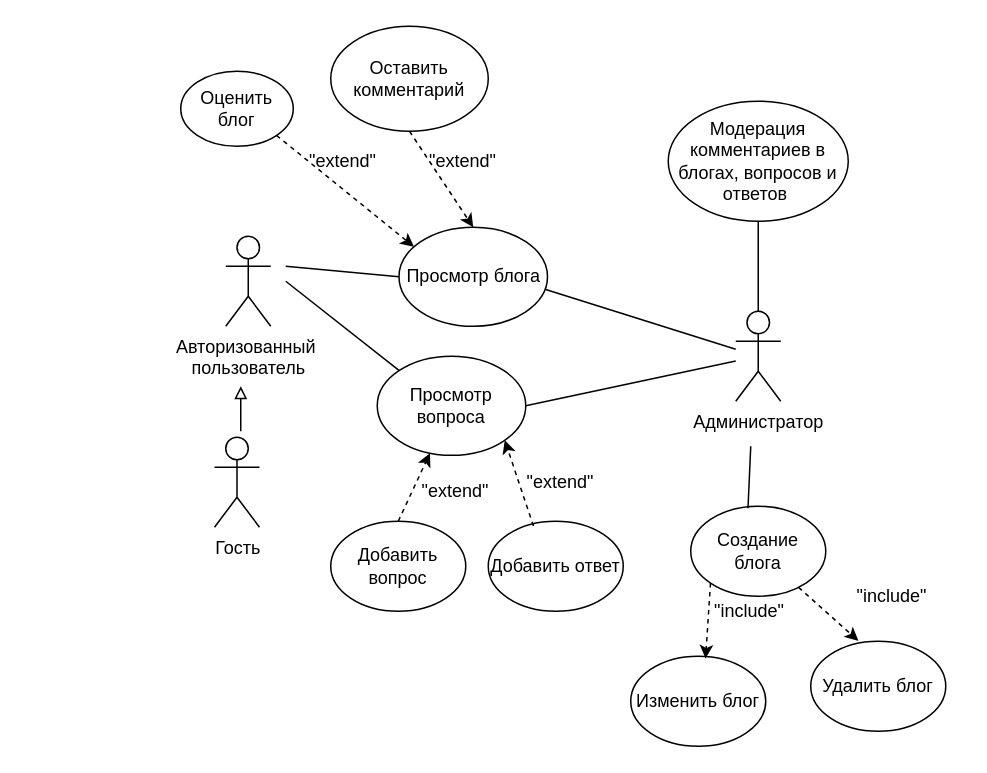
The draw.io diagram Doc3/Диаграмма прецедентов.drawio in Bra45f/blog-ob-elcrecity, before the edit. Source tidied: cells renumbered, new cells numbered last; positions are measured from the earlier drawing's top-left corner, leaving out a move shared by most shapes. Both pictures are drawn from the tidied source at 150%, with x=0, y=0 at pixel (180, 26).
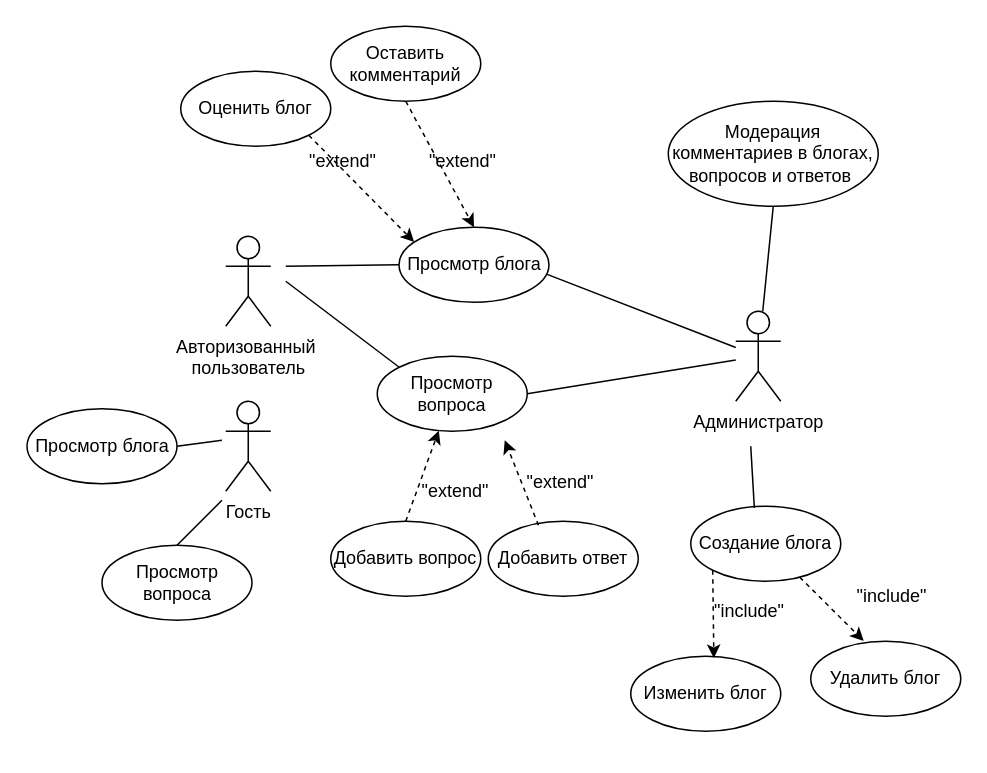
The same page after the edit.

Change to the diagram source:
```diff
@@
     <mxCell id="3" value="Гость" style="shape=umlActor;verticalLabelPosition=bottom;verticalAlign=top;html=1;" parent="1" vertex="1">
-      <mxGeometry x="22.5" y="274" width="30" height="60" as="geometry" />
+      <mxGeometry x="30" y="250" width="30" height="60" as="geometry" />
     </mxCell>
@@
     <mxCell id="5" value="Просмотр блога" style="ellipse;whiteSpace=wrap;html=1;" parent="1" vertex="1">
-      <mxGeometry x="145.5" y="134" width="99" height="66" as="geometry" />
+      <mxGeometry x="145.5" y="134" width="100" height="50" as="geometry" />
     </mxCell>
     <mxCell id="6" value="Просмотр вопроса" style="ellipse;whiteSpace=wrap;html=1;" parent="1" vertex="1">
-      <mxGeometry x="131" y="220" width="99" height="66" as="geometry" />
+      <mxGeometry x="131" y="220" width="100" height="50" as="geometry" />
     </mxCell>
@@
     <mxCell id="9" value="Оценить блог" style="ellipse;whiteSpace=wrap;html=1;" parent="1" vertex="1">
-      <mxGeometry y="30" width="75" height="50" as="geometry" />
+      <mxGeometry y="30" width="100" height="50" as="geometry" />
     </mxCell>
     <mxCell id="10" value="Оставить комментарий" style="ellipse;whiteSpace=wrap;html=1;" parent="1" vertex="1">
-      <mxGeometry x="100" width="105" height="70" as="geometry" />
+      <mxGeometry x="100" width="100" height="50" as="geometry" />
     </mxCell>
@@
     <mxCell id="15" value="Добавить вопрос" style="ellipse;whiteSpace=wrap;html=1;" parent="1" vertex="1">
-      <mxGeometry x="100" y="330" width="90" height="60" as="geometry" />
+      <mxGeometry x="100" y="330" width="100" height="50" as="geometry" />
     </mxCell>
     <mxCell id="16" value="Добавить ответ" style="ellipse;whiteSpace=wrap;html=1;" parent="1" vertex="1">
-      <mxGeometry x="205" y="330" width="90" height="60" as="geometry" />
+      <mxGeometry x="205" y="330" width="100" height="50" as="geometry" />
     </mxCell>
@@
     <mxCell id="21" value="Модерация комментариев в блогах, вопросов и ответов&amp;nbsp;" style="ellipse;whiteSpace=wrap;html=1;" parent="1" vertex="1">
-      <mxGeometry x="325" y="50" width="120" height="80" as="geometry" />
+      <mxGeometry x="325" y="50" width="140" height="70" as="geometry" />
     </mxCell>
@@
     <mxCell id="25" value="Создание блога" style="ellipse;whiteSpace=wrap;html=1;" parent="1" vertex="1">
-      <mxGeometry x="340" y="320" width="90" height="60" as="geometry" />
+      <mxGeometry x="340" y="320" width="100" height="50" as="geometry" />
     </mxCell>
@@
     <mxCell id="27" value="Изменить блог" style="ellipse;whiteSpace=wrap;html=1;" parent="1" vertex="1">
-      <mxGeometry x="300" y="420" width="90" height="60" as="geometry" />
+      <mxGeometry x="300" y="420" width="100" height="50" as="geometry" />
     </mxCell>
     <mxCell id="28" value="Удалить блог" style="ellipse;whiteSpace=wrap;html=1;" parent="1" vertex="1">
-      <mxGeometry x="420" y="410" width="90" height="60" as="geometry" />
+      <mxGeometry x="420" y="410" width="100" height="50" as="geometry" />
     </mxCell>
@@
-    <mxCell id="33" style="endArrow=block;html=1;rounded=0;endFill=0;" parent="1" edge="1">
-      <mxGeometry relative="1" as="geometry">
-        <mxPoint x="40" y="270" as="sourcePoint" />
-        <mxPoint x="40" y="240" as="targetPoint" />
-      </mxGeometry>
-    </mxCell>
+    <mxCell id="34" value="Просмотр блога" style="ellipse;whiteSpace=wrap;html=1;" parent="1" vertex="1">
+      <mxGeometry x="-102.5" y="255" width="100" height="50" as="geometry" />
+    </mxCell>
+    <mxCell id="35" value="Просмотр вопроса" style="ellipse;whiteSpace=wrap;html=1;" parent="1" vertex="1">
+      <mxGeometry x="-52.5" y="346" width="100" height="50" as="geometry" />
+    </mxCell>
+    <mxCell id="36" style="endArrow=none;html=1;rounded=0;exitX=1;exitY=0.5;exitDx=0;exitDy=0;" parent="1" edge="1" source="34">
+      <mxGeometry relative="1" as="geometry">
+        <mxPoint x="27.5" y="276" as="targetPoint" />
+      </mxGeometry>
+    </mxCell>
+    <mxCell id="37" style="endArrow=none;html=1;rounded=0;exitX=0.5;exitY=0;exitDx=0;exitDy=0;" parent="1" edge="1" source="35">
+      <mxGeometry relative="1" as="geometry">
+        <mxPoint x="27.5" y="316" as="targetPoint" />
+      </mxGeometry>
+    </mxCell>
```
